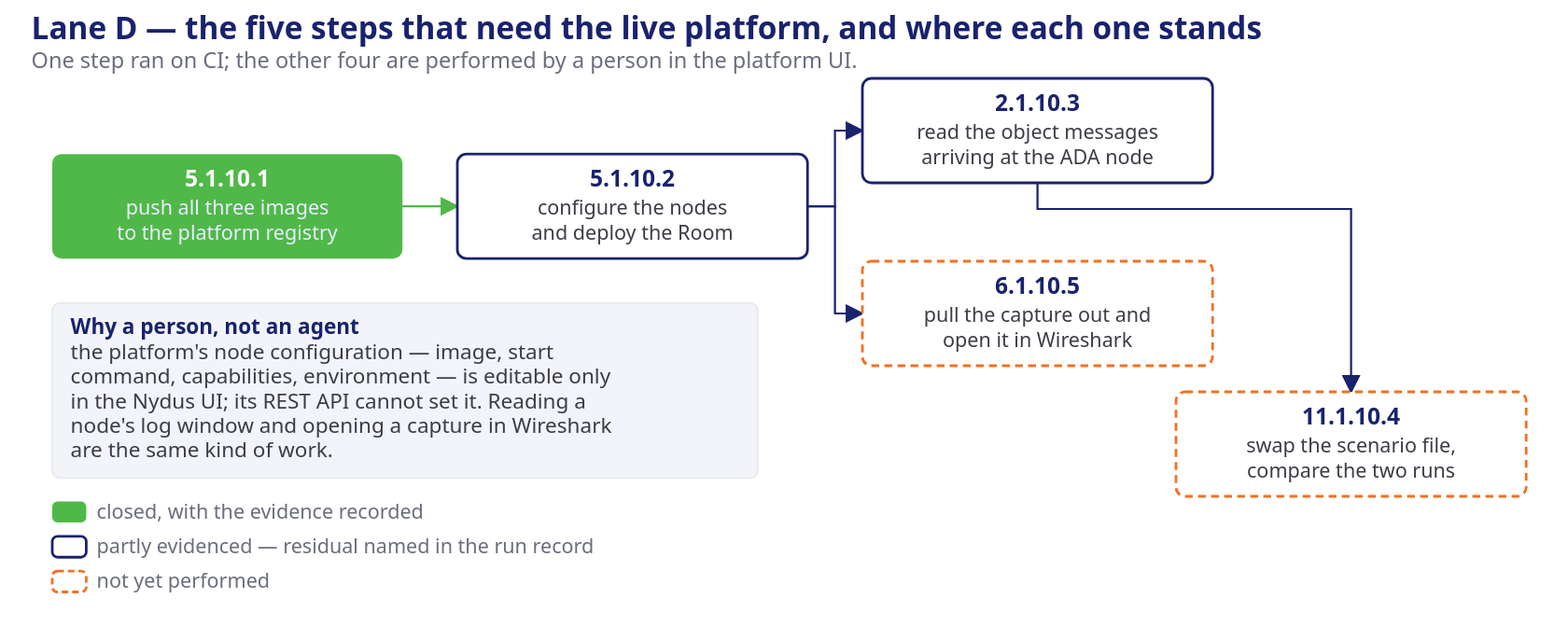
Earlier version of the draw.io export presentation/assets/phase1-exec-lane-d-deploy.svg (mnpham2101/FPT-Hackathon2026). Source tidied: cells renumbered, new cells last; positions are measured from the earlier drawing's top-left corner, leaving out a move shared by most shapes.
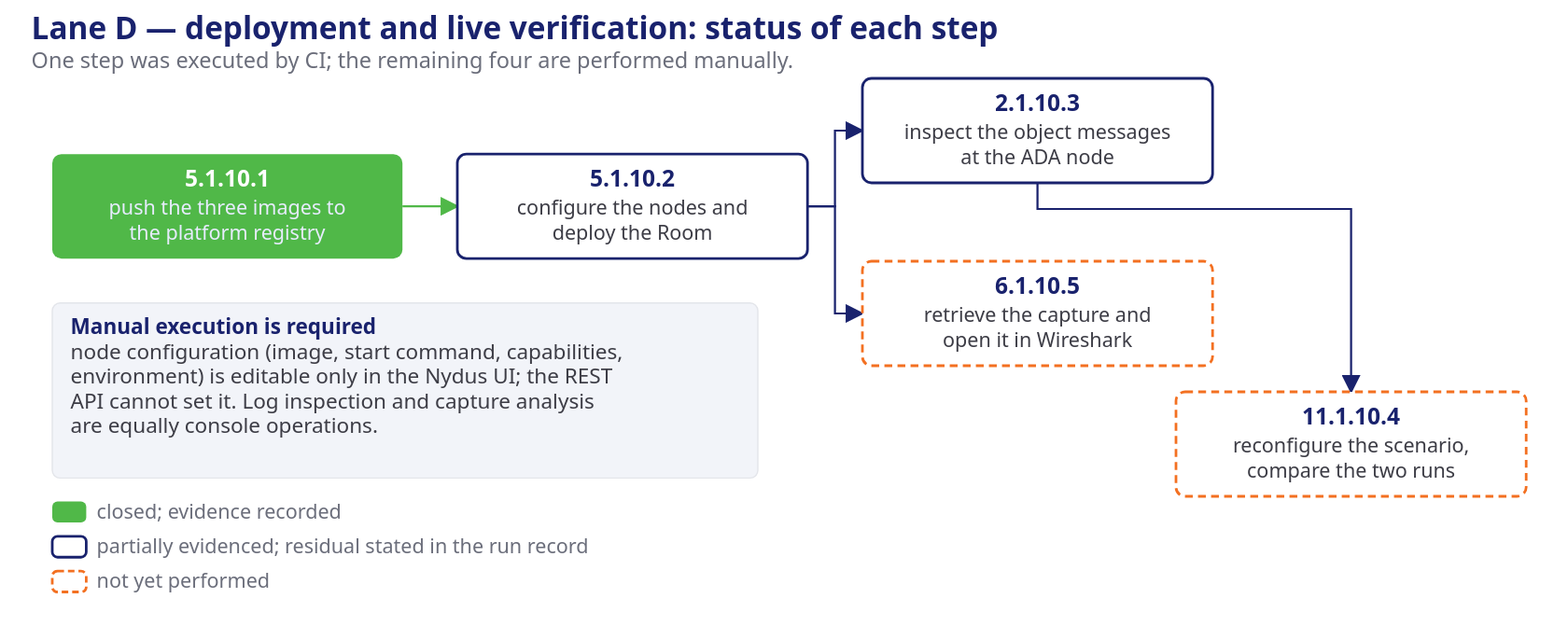
After the change.

What changed in the source:
```diff
@@ -2,25 +2,25 @@
   <root>
     <mxCell id="0" />
     <mxCell id="1" parent="0" />
-    <mxCell id="2" value="Lane D — the five steps that need the live platform, and where each one stands" style="text;html=1;align=left;verticalAlign=middle;fontSize=23.8;fontColor=#19226D;fontStyle=1;" parent="1" vertex="1">
+    <mxCell id="2" value="Lane D — deployment and live verification: status of each step" style="text;html=1;align=left;verticalAlign=middle;fontSize=23.8;fontColor=#19226D;fontStyle=1;" parent="1" vertex="1">
       <mxGeometry width="1152" height="20" as="geometry" />
     </mxCell>
-    <mxCell id="3" value="One step ran on CI; the other four are performed by a person in the platform UI." style="text;html=1;align=left;verticalAlign=middle;fontSize=16.8;fontColor=#6b6e7b;fontStyle=0;" parent="1" vertex="1">
+    <mxCell id="3" value="One step was executed by CI; the remaining four are performed manually." style="text;html=1;align=left;verticalAlign=middle;fontSize=16.8;fontColor=#6b6e7b;fontStyle=0;" parent="1" vertex="1">
       <mxGeometry y="22" width="1152" height="20" as="geometry" />
     </mxCell>
-    <mxCell id="4" value="5.1.10.1 push all three images to the platform registry" style="rounded=1;arcSize=10;html=1;fillColor=#50B848;strokeColor=none;fontColor=#ffffff;fontSize=16.8;fontStyle=1;whiteSpace=wrap;verticalAlign=middle;" parent="1" vertex="1">
+    <mxCell id="4" value="5.1.10.1 push the three images to the platform registry" style="rounded=1;arcSize=10;html=1;fillColor=#50B848;strokeColor=none;fontColor=#ffffff;fontSize=16.8;fontStyle=1;whiteSpace=wrap;verticalAlign=middle;" parent="1" vertex="1">
       <mxGeometry x="16" y="98" width="268" height="80" as="geometry" />
     </mxCell>
     <mxCell id="5" value="5.1.10.2 configure the nodes and deploy the Room" style="rounded=1;arcSize=10;html=1;fillColor=#ffffff;strokeColor=#19226D;strokeWidth=2;fontColor=#19226D;fontSize=16.8;fontStyle=1;whiteSpace=wrap;verticalAlign=middle;" parent="1" vertex="1">
       <mxGeometry x="326" y="98" width="268" height="80" as="geometry" />
     </mxCell>
-    <mxCell id="6" value="2.1.10.3 read the object messages arriving at the ADA node" style="rounded=1;arcSize=10;html=1;fillColor=#ffffff;strokeColor=#19226D;strokeWidth=2;fontColor=#19226D;fontSize=16.8;fontStyle=1;whiteSpace=wrap;verticalAlign=middle;" parent="1" vertex="1">
+    <mxCell id="6" value="2.1.10.3 inspect the object messages at the ADA node" style="rounded=1;arcSize=10;html=1;fillColor=#ffffff;strokeColor=#19226D;strokeWidth=2;fontColor=#19226D;fontSize=16.8;fontStyle=1;whiteSpace=wrap;verticalAlign=middle;" parent="1" vertex="1">
       <mxGeometry x="636" y="40" width="268" height="80" as="geometry" />
     </mxCell>
-    <mxCell id="7" value="6.1.10.5 pull the capture out and open it in Wireshark" style="rounded=1;arcSize=10;html=1;fillColor=#ffffff;strokeColor=#F37021;strokeWidth=2;dashed=1;fontColor=#19226D;fontSize=16.8;fontStyle=1;whiteSpace=wrap;verticalAlign=middle;" parent="1" vertex="1">
+    <mxCell id="7" value="6.1.10.5 retrieve the capture and open it in Wireshark" style="rounded=1;arcSize=10;html=1;fillColor=#ffffff;strokeColor=#F37021;strokeWidth=2;dashed=1;fontColor=#19226D;fontSize=16.8;fontStyle=1;whiteSpace=wrap;verticalAlign=middle;" parent="1" vertex="1">
       <mxGeometry x="636" y="180" width="268" height="80" as="geometry" />
     </mxCell>
-    <mxCell id="8" value="11.1.10.4 swap the scenario file, compare the two runs" style="rounded=1;arcSize=10;html=1;fillColor=#ffffff;strokeColor=#F37021;strokeWidth=2;dashed=1;fontColor=#19226D;fontSize=16.8;fontStyle=1;whiteSpace=wrap;verticalAlign=middle;" parent="1" vertex="1">
+    <mxCell id="8" value="11.1.10.4 reconfigure the scenario, compare the two runs" style="rounded=1;arcSize=10;html=1;fillColor=#ffffff;strokeColor=#F37021;strokeWidth=2;dashed=1;fontColor=#19226D;fontSize=16.8;fontStyle=1;whiteSpace=wrap;verticalAlign=middle;" parent="1" vertex="1">
       <mxGeometry x="876" y="280" width="268" height="80" as="geometry" />
     </mxCell>
     <mxCell id="9" style="edgeStyle=orthogonalEdgeStyle;rounded=0;html=1;exitX=1;exitY=0.5;entryX=0;entryY=0.5;strokeColor=#50B848;" parent="1" edge="1" source="4" target="5">
@@ -40,19 +40,19 @@
         </Array>
       </mxGeometry>
     </mxCell>
-    <mxCell id="13" value="Why a person, not an agent:: the platform's node configuration — image, start command, capabilities, environment — is editable only in the Nydus UI; its REST API cannot set it. Reading a node's log window and opening a capture in Wireshark are the same kind of work." style="rounded=1;arcSize=8;html=1;fillColor=#f2f4f9;strokeColor=#e3e5ea;fontColor=#3d3d46;fontSize=15.4;align=left;whiteSpace=wrap;verticalAlign=top;spacing=8;" parent="1" vertex="1">
+    <mxCell id="13" value="Manual execution is required:: node configuration (image, start command, capabilities, environment) is editable only in the Nydus UI; the REST API cannot set it. Log inspection and capture analysis are equally console operations." style="rounded=1;arcSize=8;html=1;fillColor=#f2f4f9;strokeColor=#e3e5ea;fontColor=#3d3d46;fontSize=15.4;align=left;whiteSpace=wrap;verticalAlign=top;spacing=8;" parent="1" vertex="1">
       <mxGeometry x="16" y="212" width="540" height="134" as="geometry" />
     </mxCell>
     <mxCell id="14" style="rounded=1;arcSize=20;html=1;fillColor=#50B848;strokeColor=none;" parent="1" vertex="1">
       <mxGeometry x="16" y="365" width="22" height="14" as="geometry" />
     </mxCell>
-    <mxCell id="15" value="closed, with the evidence recorded" style="text;html=1;align=left;verticalAlign=middle;fontSize=11;fontColor=#6b6e7b;" parent="1" vertex="1">
+    <mxCell id="15" value="closed; evidence recorded" style="text;html=1;align=left;verticalAlign=middle;fontSize=11;fontColor=#6b6e7b;" parent="1" vertex="1">
       <mxGeometry x="44" y="362" width="300" height="20" as="geometry" />
     </mxCell>
     <mxCell id="16" style="rounded=1;arcSize=20;html=1;fillColor=#ffffff;strokeColor=#19226D;" parent="1" vertex="1">
       <mxGeometry x="16" y="391" width="22" height="14" as="geometry" />
     </mxCell>
-    <mxCell id="17" value="partly evidenced — residual named in the run record" style="text;html=1;align=left;verticalAlign=middle;fontSize=11;fontColor=#6b6e7b;" parent="1" vertex="1">
+    <mxCell id="17" value="partially evidenced; residual stated in the run record" style="text;html=1;align=left;verticalAlign=middle;fontSize=11;fontColor=#6b6e7b;" parent="1" vertex="1">
       <mxGeometry x="44" y="388" width="300" height="20" as="geometry" />
     </mxCell>
     <mxCell id="18" style="rounded=1;arcSize=20;html=1;fillColor=#F37021;strokeColor=none;dashed=1;" parent="1" vertex="1">
```
